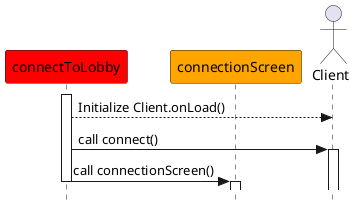
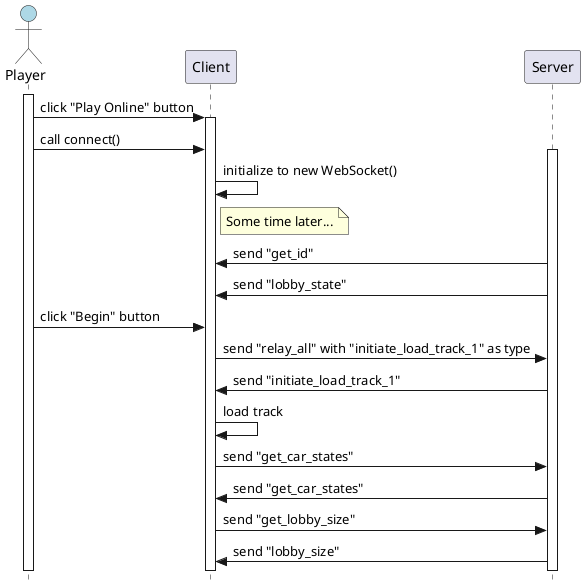
@startuml OnlineRacer Connection Diagram
skinparam style strictuml

' participant mainMenu #white
- participant connectToLobby #red
- participant connectionScreen #orange
- actor Client
+ actor Player #LightBlue
+ participant Client
+ participant Server

- connectToLobby++
- connectToLobby --> Client : Initialize Client.onLoad()
- connectToLobby -> Client : call connect()
+ Player++
+ Player -> Client : click "Play Online" button
Client++
- connectToLobby -> connectionScreen : call connectionScreen()
- connectToLobby--
+ Player -> Client : call connect()
+ Server++

- connectionScreen++
+ Client -> Client : initialize to new WebSocket()
+ 
+ note right of Client : Some time later...
+ 
+ Server -> Client : send "get_id"
+ Server -> Client : send "lobby_state"
+ 
+ Player -> Client : click "Begin" button
+ 
+ Client -> Server : send "relay_all" with "initiate_load_track_1" as type
+ Server -> Client : send "initiate_load_track_1"
+ Client -> Client : load track
+ 
+ Client -> Server : send "get_car_states"
+ Server -> Client : send "get_car_states"
+ 
+ Client -> Server : send "get_lobby_size"
+ Server -> Client : send "lobby_size"

@enduml